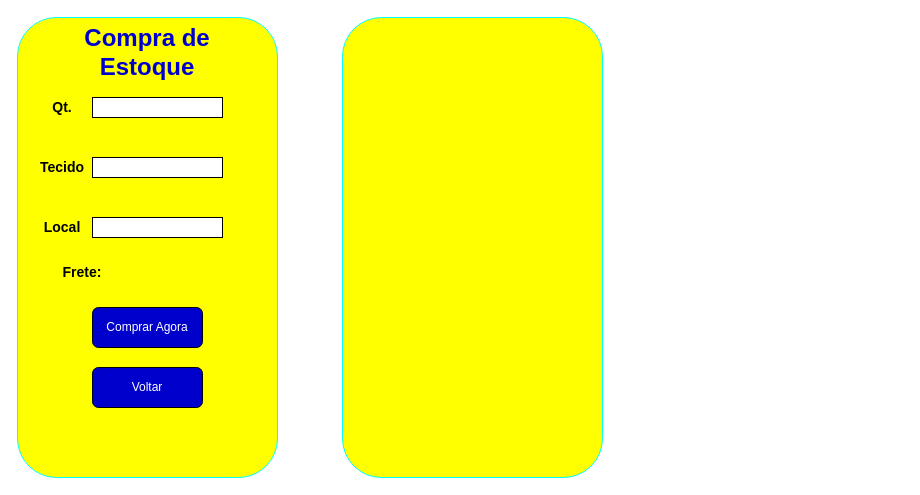
This is Doc/telas.drawio from arthurmatheusfr/projeto-novo, a draw.io file, before an edit. Source tidied: cells renumbered, new cells numbered last; positions are measured from the earlier drawing's top-left corner, leaving out a move shared by most shapes. Both pictures are drawn from the tidied source at 100%, with x=0, y=0 at pixel (17, 17).
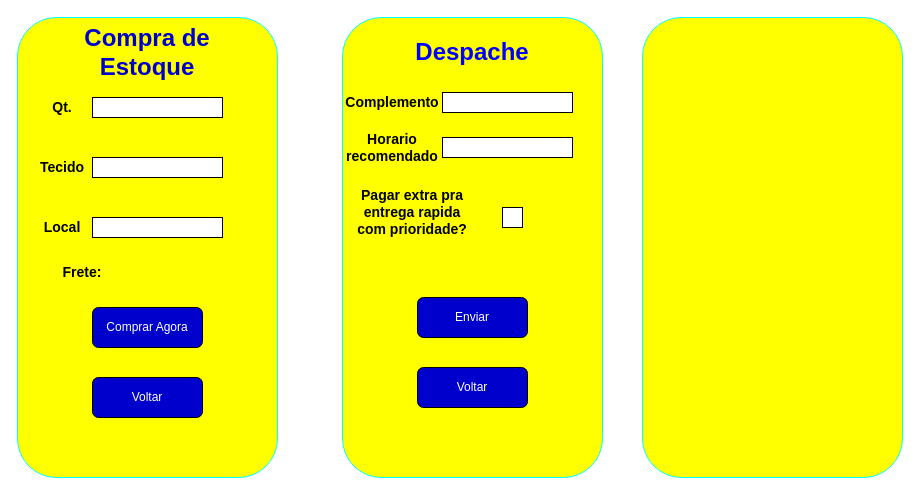
After the change.

Diff of the diagram source:
```diff
@@
     <mxCell id="11" value="&lt;font color=&quot;#ffffff&quot;&gt;Voltar&lt;/font&gt;" style="rounded=1;whiteSpace=wrap;html=1;fillColor=#0000CC;" parent="1" vertex="1">
-      <mxGeometry x="75" y="350" width="110" height="40" as="geometry" />
+      <mxGeometry x="75" y="360" width="110" height="40" as="geometry" />
     </mxCell>
@@
+    <mxCell id="14" value="&lt;span style=&quot;font-size: 24px;&quot;&gt;&lt;b style=&quot;&quot;&gt;&lt;font color=&quot;#0000ff&quot;&gt;Despache&lt;/font&gt;&lt;/b&gt;&lt;/span&gt;" style="text;html=1;align=center;verticalAlign=middle;whiteSpace=wrap;rounded=0;" parent="1" vertex="1">
+      <mxGeometry x="425" y="20" width="60" height="30" as="geometry" />
+    </mxCell>
+    <mxCell id="15" style="rounded=0;whiteSpace=wrap;html=1;" parent="1" vertex="1">
+      <mxGeometry x="425" y="75" width="130" height="20" as="geometry" />
+    </mxCell>
+    <mxCell id="16" value="&lt;font style=&quot;font-size: 14px;&quot;&gt;&lt;b&gt;Complemento&lt;/b&gt;&lt;/font&gt;" style="text;html=1;align=center;verticalAlign=middle;whiteSpace=wrap;rounded=0;" parent="1" vertex="1">
+      <mxGeometry x="355" y="80" width="40" height="10" as="geometry" />
+    </mxCell>
+    <mxCell id="17" style="rounded=0;whiteSpace=wrap;html=1;" parent="1" vertex="1">
+      <mxGeometry x="425" y="120" width="130" height="20" as="geometry" />
+    </mxCell>
+    <mxCell id="18" value="&lt;font style=&quot;font-size: 14px;&quot;&gt;&lt;b&gt;Horario recomendado&lt;/b&gt;&lt;/font&gt;" style="text;html=1;align=center;verticalAlign=middle;whiteSpace=wrap;rounded=0;" parent="1" vertex="1">
+      <mxGeometry x="355" y="125" width="40" height="10" as="geometry" />
+    </mxCell>
+    <mxCell id="19" value="&lt;b&gt;&lt;font style=&quot;font-size: 14px;&quot;&gt;Pagar extra pra entrega rapida com prioridade?&lt;/font&gt;&lt;/b&gt;" style="text;html=1;align=center;verticalAlign=middle;whiteSpace=wrap;rounded=0;" parent="1" vertex="1">
+      <mxGeometry x="335" y="180" width="120" height="30" as="geometry" />
+    </mxCell>
+    <mxCell id="20" style="rounded=0;whiteSpace=wrap;html=1;" parent="1" vertex="1">
+      <mxGeometry x="485" y="190" width="20" height="20" as="geometry" />
+    </mxCell>
+    <mxCell id="21" value="&lt;font color=&quot;#ffffff&quot;&gt;Enviar&lt;/font&gt;" style="rounded=1;whiteSpace=wrap;html=1;fillColor=#0000CC;" parent="1" vertex="1">
+      <mxGeometry x="400" y="280" width="110" height="40" as="geometry" />
+    </mxCell>
+    <mxCell id="22" value="&lt;font color=&quot;#ffffff&quot;&gt;Voltar&lt;/font&gt;" style="rounded=1;whiteSpace=wrap;html=1;fillColor=#0000CC;" parent="1" vertex="1">
+      <mxGeometry x="400" y="350" width="110" height="40" as="geometry" />
+    </mxCell>
+    <mxCell id="23" style="rounded=1;whiteSpace=wrap;html=1;fillColor=#FFFF00;strokeColor=#00FFFF;" parent="1" vertex="1">
+      <mxGeometry x="625" width="260" height="460" as="geometry" />
+    </mxCell>
```
